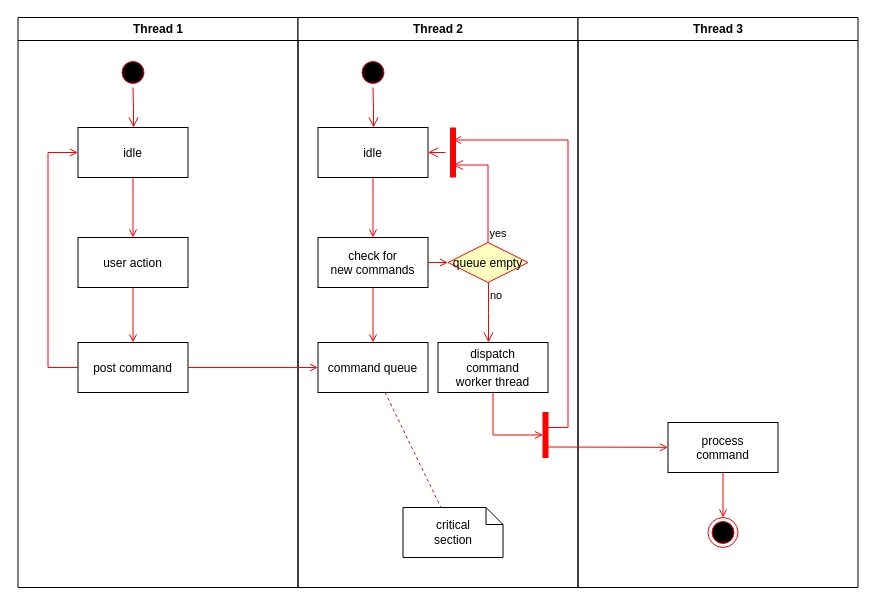
Earlier version of the draw.io diagram Схема работы приложения.drawio (thunderkatana/test1). Source tidied: cells renumbered, new cells numbered last; positions are measured from the earlier drawing's top-left corner, leaving out a move shared by most shapes. Both pictures are drawn from the tidied source at 100%, with x=0, y=0 at pixel (17, 17).
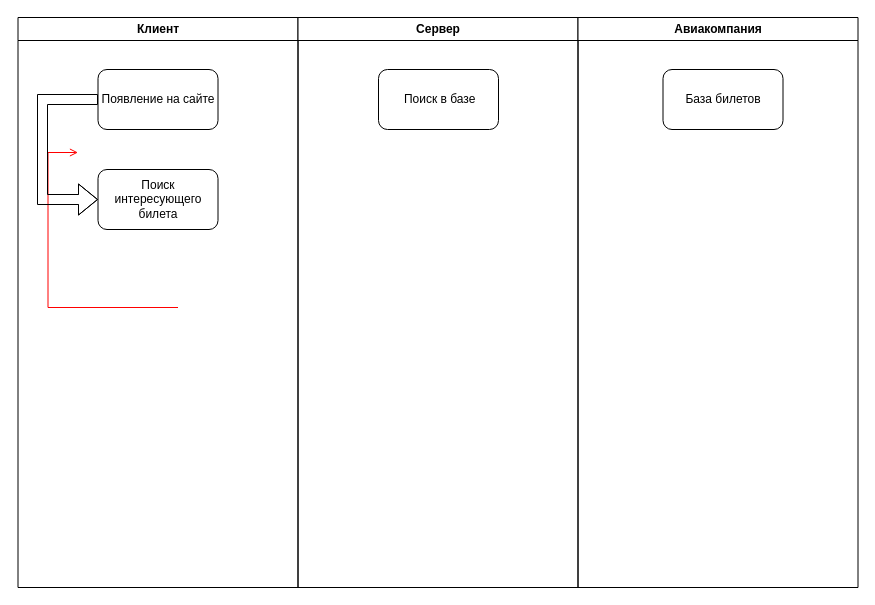
Above is the later version.

The edit, as a diff of the source:
```diff
@@
-    <mxCell id="2" value="Thread 1" style="swimlane;whiteSpace=wrap;" parent="1" vertex="1">
+    <mxCell id="2" value="Клиент" style="swimlane;whiteSpace=wrap;" parent="1" vertex="1">
       <mxGeometry x="0.5" width="280" height="570" as="geometry" />
     </mxCell>
-    <mxCell id="3" style="ellipse;shape=startState;fillColor=#000000;strokeColor=#ff0000;" parent="2" vertex="1">
-      <mxGeometry x="100" y="40" width="30" height="30" as="geometry" />
-    </mxCell>
-    <mxCell id="4" style="edgeStyle=elbowEdgeStyle;elbow=horizontal;verticalAlign=bottom;endArrow=open;endSize=8;strokeColor=#FF0000;endFill=1;rounded=0;" parent="2" edge="1" source="3" target="5">
-      <mxGeometry x="100" y="40" as="geometry" />
-    </mxCell>
-    <mxCell id="5" value="idle" parent="2" vertex="1">
-      <mxGeometry x="60" y="110" width="110" height="50" as="geometry" />
-    </mxCell>
-    <mxCell id="6" value="user action" parent="2" vertex="1">
-      <mxGeometry x="60" y="220" width="110" height="50" as="geometry" />
-    </mxCell>
-    <mxCell id="7" style="endArrow=open;strokeColor=#FF0000;endFill=1;rounded=0;" parent="2" edge="1" source="5" target="6">
-      <mxGeometry relative="1" as="geometry" />
-    </mxCell>
-    <mxCell id="8" value="post command" parent="2" vertex="1">
-      <mxGeometry x="60" y="325" width="110" height="50" as="geometry" />
-    </mxCell>
-    <mxCell id="9" style="endArrow=open;strokeColor=#FF0000;endFill=1;rounded=0;" parent="2" edge="1" source="6" target="8">
-      <mxGeometry relative="1" as="geometry" />
-    </mxCell>
-    <mxCell id="10" style="edgeStyle=elbowEdgeStyle;elbow=horizontal;strokeColor=#FF0000;endArrow=open;endFill=1;rounded=0;" parent="2" edge="1" source="8" target="5">
+    <mxCell id="10" style="edgeStyle=elbowEdgeStyle;elbow=horizontal;strokeColor=#FF0000;endArrow=open;endFill=1;rounded=0;" parent="2" edge="1">
       <mxGeometry relative="1" as="geometry">
+        <mxPoint x="160" y="290" as="sourcePoint" />
+        <mxPoint x="60" y="135" as="targetPoint" />
         <Array as="points">
           <mxPoint x="30" y="250" />
         </Array>
       </mxGeometry>
     </mxCell>
+    <mxCell id="37" value="Появление на сайте" style="rounded=1;whiteSpace=wrap;html=1;" parent="2" vertex="1">
+      <mxGeometry x="80" y="52" width="120" height="60" as="geometry" />
+    </mxCell>
+    <mxCell id="38" value="Поиск интересующего билета" style="rounded=1;whiteSpace=wrap;html=1;" parent="2" vertex="1">
+      <mxGeometry x="80" y="152" width="120" height="60" as="geometry" />
+    </mxCell>
+    <mxCell id="39" style="shape=flexArrow;endArrow=block;html=1;rounded=0;entryX=1;entryY=0.5;entryDx=0;entryDy=0;endFill=0;" parent="2" edge="1">
+      <mxGeometry relative="1" as="geometry">
+        <mxPoint x="80" y="82" as="sourcePoint" />
+        <mxPoint x="80" y="182" as="targetPoint" />
+        <Array as="points">
+          <mxPoint x="24.5" y="82" />
+          <mxPoint x="24.5" y="182" />
+        </Array>
+      </mxGeometry>
+    </mxCell>
-    <mxCell id="11" value="Thread 2" style="swimlane;whiteSpace=wrap;" parent="1" vertex="1">
+    <mxCell id="11" value="Сервер" style="swimlane;whiteSpace=wrap;" parent="1" vertex="1">
       <mxGeometry x="280.5" width="280" height="570" as="geometry" />
     </mxCell>
-    <mxCell id="12" style="ellipse;shape=startState;fillColor=#000000;strokeColor=#ff0000;" parent="11" vertex="1">
-      <mxGeometry x="60" y="40" width="30" height="30" as="geometry" />
-    </mxCell>
-    <mxCell id="13" style="edgeStyle=elbowEdgeStyle;elbow=horizontal;verticalAlign=bottom;endArrow=open;endSize=8;strokeColor=#FF0000;endFill=1;rounded=0;" parent="11" edge="1" source="12" target="14">
-      <mxGeometry x="40" y="20" as="geometry" />
-    </mxCell>
-    <mxCell id="14" value="idle" parent="11" vertex="1">
-      <mxGeometry x="20" y="110" width="110" height="50" as="geometry" />
-    </mxCell>
-    <mxCell id="15" value="check for &#10;new commands" parent="11" vertex="1">
-      <mxGeometry x="20" y="220" width="110" height="50" as="geometry" />
-    </mxCell>
-    <mxCell id="16" style="endArrow=open;strokeColor=#FF0000;endFill=1;rounded=0;" parent="11" edge="1" source="14" target="15">
-      <mxGeometry relative="1" as="geometry" />
-    </mxCell>
-    <mxCell id="17" value="command queue" parent="11" vertex="1">
-      <mxGeometry x="20" y="325" width="110" height="50" as="geometry" />
-    </mxCell>
-    <mxCell id="18" style="endArrow=open;strokeColor=#FF0000;endFill=1;rounded=0;" parent="11" edge="1" source="15" target="17">
-      <mxGeometry relative="1" as="geometry" />
-    </mxCell>
-    <mxCell id="19" value="queue empty" style="rhombus;fillColor=#ffffc0;strokeColor=#ff0000;" parent="11" vertex="1">
-      <mxGeometry x="150" y="225" width="80" height="40" as="geometry" />
-    </mxCell>
-    <mxCell id="20" value="yes" style="edgeStyle=elbowEdgeStyle;elbow=horizontal;align=left;verticalAlign=bottom;endArrow=open;endSize=8;strokeColor=#FF0000;exitX=0.5;exitY=0;endFill=1;rounded=0;entryX=0.75;entryY=0.5;entryPerimeter=0;" parent="11" edge="1" source="19" target="23">
-      <mxGeometry x="-1" relative="1" as="geometry">
-        <Array as="points">
-          <mxPoint x="190" y="180" />
-        </Array>
-      </mxGeometry>
-    </mxCell>
-    <mxCell id="21" value="no" style="edgeStyle=elbowEdgeStyle;elbow=horizontal;align=left;verticalAlign=top;endArrow=open;endSize=8;strokeColor=#FF0000;endFill=1;rounded=0;" parent="11" edge="1" source="19" target="25">
-      <mxGeometry x="-1" relative="1" as="geometry" />
-    </mxCell>
-    <mxCell id="22" style="endArrow=open;strokeColor=#FF0000;endFill=1;rounded=0;" parent="11" edge="1" source="15" target="19">
-      <mxGeometry relative="1" as="geometry" />
-    </mxCell>
-    <mxCell id="23" style="shape=line;strokeWidth=6;strokeColor=#ff0000;rotation=90;" parent="11" vertex="1">
-      <mxGeometry x="130" y="127.5" width="50" height="15" as="geometry" />
-    </mxCell>
-    <mxCell id="24" style="edgeStyle=elbowEdgeStyle;elbow=horizontal;verticalAlign=bottom;endArrow=open;endSize=8;strokeColor=#FF0000;endFill=1;rounded=0;" parent="11" edge="1" source="23" target="14">
-      <mxGeometry x="130" y="90" as="geometry" />
-    </mxCell>
-    <mxCell id="25" value="dispatch&#10;command&#10;worker thread" parent="11" vertex="1">
-      <mxGeometry x="140" y="325" width="110" height="50" as="geometry" />
-    </mxCell>
-    <mxCell id="26" value="critical&#10;section" style="shape=note;whiteSpace=wrap;size=17;" parent="11" vertex="1">
-      <mxGeometry x="105" y="490" width="100" height="50" as="geometry" />
-    </mxCell>
-    <mxCell id="27" style="endArrow=none;strokeColor=#FF0000;endFill=0;rounded=0;dashed=1;" parent="11" edge="1" source="17" target="26">
-      <mxGeometry relative="1" as="geometry" />
-    </mxCell>
-    <mxCell id="28" style="whiteSpace=wrap;strokeColor=#FF0000;fillColor=#FF0000;" parent="11" vertex="1">
-      <mxGeometry x="245" y="395" width="5" height="45" as="geometry" />
-    </mxCell>
-    <mxCell id="29" style="edgeStyle=elbowEdgeStyle;elbow=horizontal;entryX=0;entryY=0.5;strokeColor=#FF0000;endArrow=open;endFill=1;rounded=0;" parent="11" edge="1" source="25" target="28">
-      <mxGeometry relative="1" as="geometry">
-        <Array as="points">
-          <mxPoint x="195" y="400" />
-        </Array>
-      </mxGeometry>
-    </mxCell>
+    <mxCell id="40" value="&amp;nbsp;Поиск в базе" style="rounded=1;whiteSpace=wrap;html=1;" parent="11" vertex="1">
+      <mxGeometry x="80.5" y="52" width="120" height="60" as="geometry" />
+    </mxCell>
-    <mxCell id="30" value="Thread 3" style="swimlane;whiteSpace=wrap;" parent="1" vertex="1">
+    <mxCell id="30" value="Авиакомпания" style="swimlane;whiteSpace=wrap;" parent="1" vertex="1">
       <mxGeometry x="560.5" width="280" height="570" as="geometry" />
     </mxCell>
-    <mxCell id="31" value="process&#10;command" parent="30" vertex="1">
-      <mxGeometry x="90" y="405" width="110" height="50" as="geometry" />
-    </mxCell>
-    <mxCell id="32" style="edgeStyle=elbowEdgeStyle;elbow=horizontal;strokeColor=#FF0000;endArrow=open;endFill=1;rounded=0;entryX=0.25;entryY=0.5;entryPerimeter=0;" parent="30" edge="1" target="23">
-      <mxGeometry relative="1" as="geometry">
-        <mxPoint x="-30" y="410" as="sourcePoint" />
-        <Array as="points">
-          <mxPoint x="-10" y="135" />
-        </Array>
-      </mxGeometry>
-    </mxCell>
-    <mxCell id="33" style="edgeStyle=none;strokeColor=#FF0000;endArrow=open;endFill=1;rounded=0;" parent="30" edge="1" target="31">
-      <mxGeometry relative="1" as="geometry">
-        <mxPoint x="-30" y="429.5" as="sourcePoint" />
-      </mxGeometry>
-    </mxCell>
-    <mxCell id="34" style="ellipse;shape=endState;fillColor=#000000;strokeColor=#ff0000;" parent="30" vertex="1">
-      <mxGeometry x="130" y="500" width="30" height="30" as="geometry" />
-    </mxCell>
-    <mxCell id="35" style="endArrow=open;strokeColor=#FF0000;endFill=1;rounded=0;" parent="30" edge="1" source="31" target="34">
-      <mxGeometry relative="1" as="geometry" />
-    </mxCell>
-    <mxCell id="36" style="endArrow=open;strokeColor=#FF0000;endFill=1;rounded=0;" parent="1" edge="1" source="8" target="17">
-      <mxGeometry relative="1" as="geometry" />
-    </mxCell>
+    <mxCell id="41" value="База билетов" style="rounded=1;whiteSpace=wrap;html=1;" parent="30" vertex="1">
+      <mxGeometry x="85" y="52" width="120" height="60" as="geometry" />
+    </mxCell>
```
